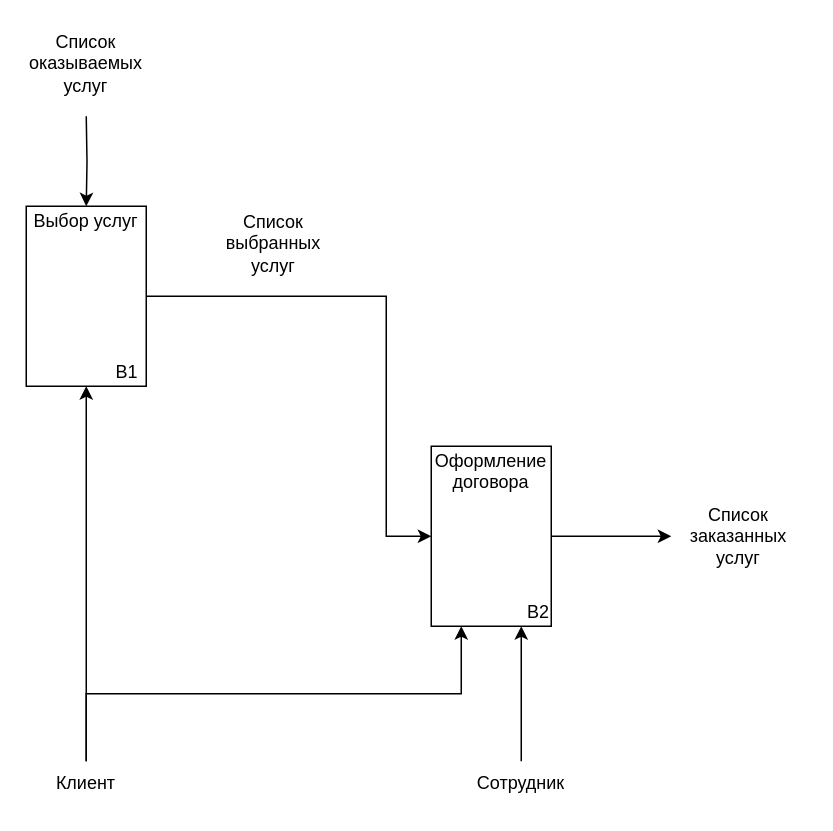
This is А1.drawio from Mejioy/PPO, a draw.io file, before an edit. Source tidied: cells renumbered, new cells numbered last; positions are measured from the earlier drawing's top-left corner, leaving out a move shared by most shapes. Both pictures are drawn from the tidied source at 150%, with x=0, y=0 at pixel (26, 26).
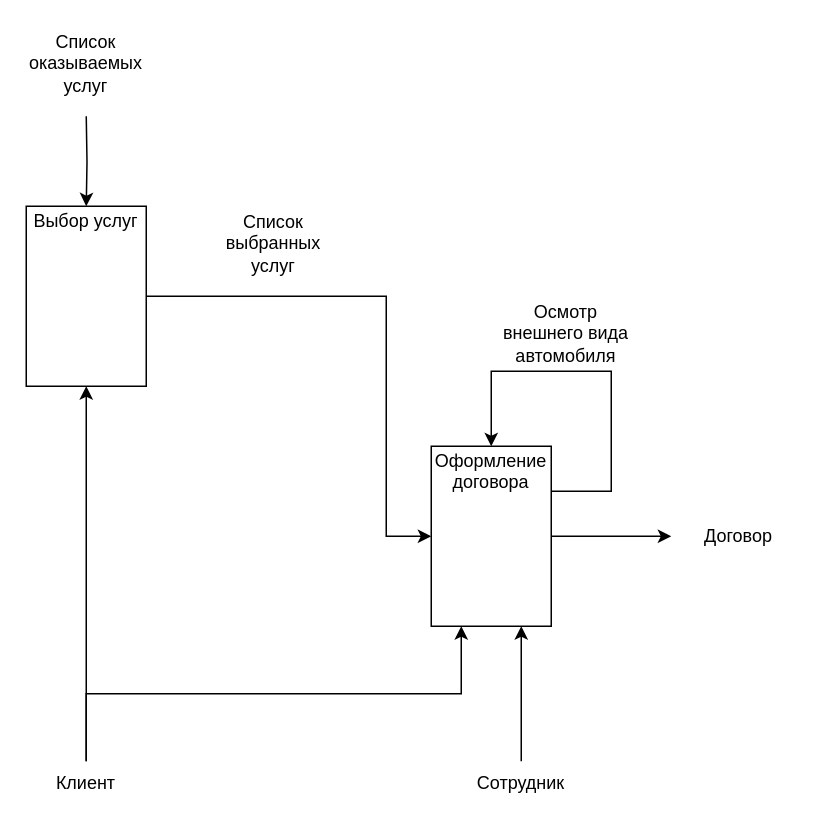
The same page after the edit.

Diff of the diagram source:
```diff
@@
-    <mxCell id="3" value="Выбор услуг&lt;br&gt;&lt;br&gt;&lt;br&gt;&lt;br&gt;&lt;br&gt;&lt;br&gt;&lt;br&gt;&lt;div style=&quot;text-align: right;&quot;&gt;B1&lt;/div&gt;" style="rounded=0;whiteSpace=wrap;html=1;" parent="1" vertex="1">
+    <mxCell id="3" value="Выбор услуг&lt;br&gt;&lt;br&gt;&lt;br&gt;&lt;br&gt;&lt;br&gt;&lt;br&gt;&lt;br&gt;&lt;div style=&quot;text-align: right;&quot;&gt;&lt;br&gt;&lt;/div&gt;" style="rounded=0;whiteSpace=wrap;html=1;" parent="1" vertex="1">
       <mxGeometry y="120" width="80" height="120" as="geometry" />
     </mxCell>
@@
-    <mxCell id="5" value="Оформление договора&lt;br&gt;&lt;br&gt;&lt;br&gt;&lt;br&gt;&lt;br&gt;&lt;br&gt;&lt;div style=&quot;text-align: right;&quot;&gt;B2&lt;/div&gt;" style="rounded=0;whiteSpace=wrap;html=1;" parent="1" vertex="1">
+    <mxCell id="5" value="Оформление договора&lt;br&gt;&lt;br&gt;&lt;br&gt;&lt;br&gt;&lt;br&gt;&lt;br&gt;&lt;div style=&quot;text-align: right;&quot;&gt;&lt;br&gt;&lt;/div&gt;" style="rounded=0;whiteSpace=wrap;html=1;" parent="1" vertex="1">
       <mxGeometry x="270" y="280" width="80" height="120" as="geometry" />
     </mxCell>
@@
-    <mxCell id="9" value="Список заказанных услуг" style="text;html=1;strokeColor=none;fillColor=none;align=center;verticalAlign=middle;whiteSpace=wrap;rounded=0;" parent="1" vertex="1">
+    <mxCell id="9" value="Договор" style="text;html=1;strokeColor=none;fillColor=none;align=center;verticalAlign=middle;whiteSpace=wrap;rounded=0;" parent="1" vertex="1">
       <mxGeometry x="430" y="315" width="90" height="50" as="geometry" />
     </mxCell>
@@
+    <mxCell id="15" value="Осмотр&lt;br&gt;внешнего вида автомобиля" style="text;html=1;strokeColor=none;fillColor=none;align=center;verticalAlign=middle;whiteSpace=wrap;rounded=0;" parent="1" vertex="1">
+      <mxGeometry x="310" y="180" width="100" height="50" as="geometry" />
+    </mxCell>
+    <mxCell id="16" style="edgeStyle=orthogonalEdgeStyle;rounded=0;orthogonalLoop=1;jettySize=auto;html=1;exitX=1;exitY=0.25;exitDx=0;exitDy=0;entryX=0.5;entryY=0;entryDx=0;entryDy=0;" parent="1" edge="1" source="5" target="5">
+      <mxGeometry relative="1" as="geometry">
+        <Array as="points">
+          <mxPoint x="390" y="310" />
+          <mxPoint x="390" y="230" />
+          <mxPoint x="310" y="230" />
+        </Array>
+      </mxGeometry>
+    </mxCell>
```
